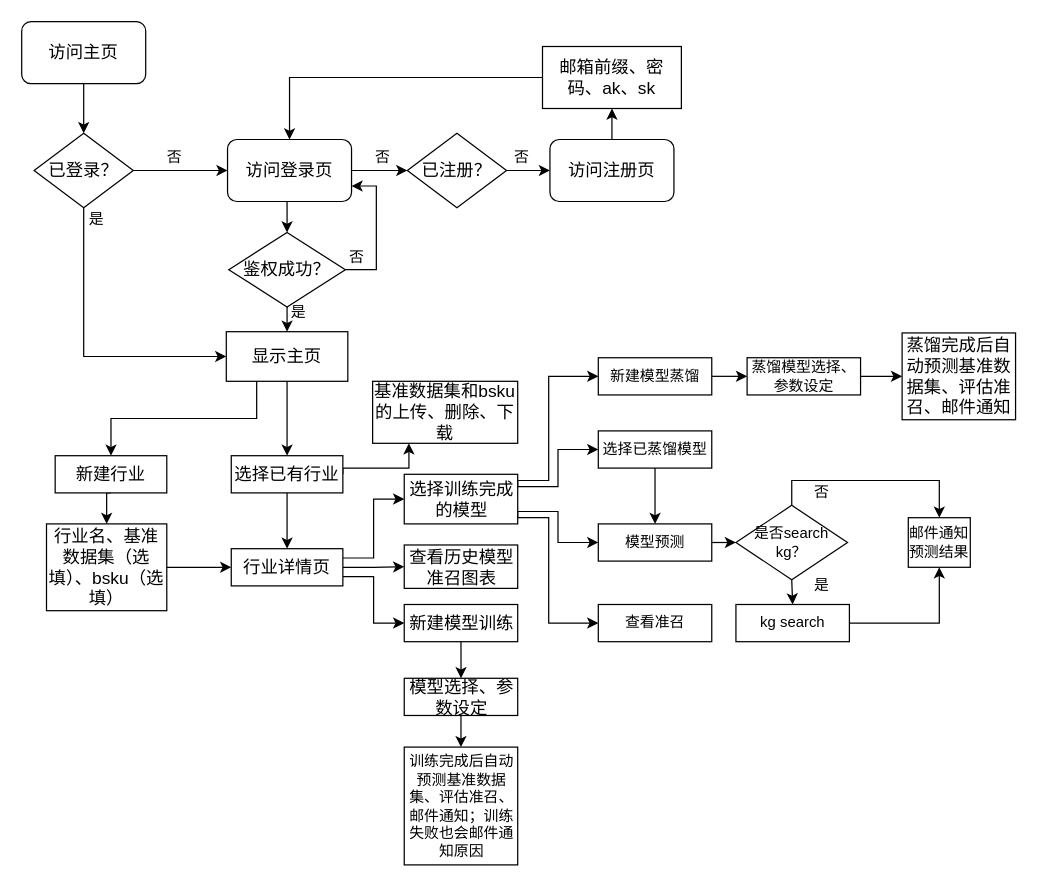
cultivater/hello-world keeps this draw.io diagram as Untitled Diagram.drawio. Above is the earlier version. Source tidied: cells renumbered, new cells numbered last; positions are measured from the earlier drawing's top-left corner, leaving out a move shared by most shapes. Both pictures are drawn from the tidied source at 124%, with x=0, y=0 at pixel (21, 21).
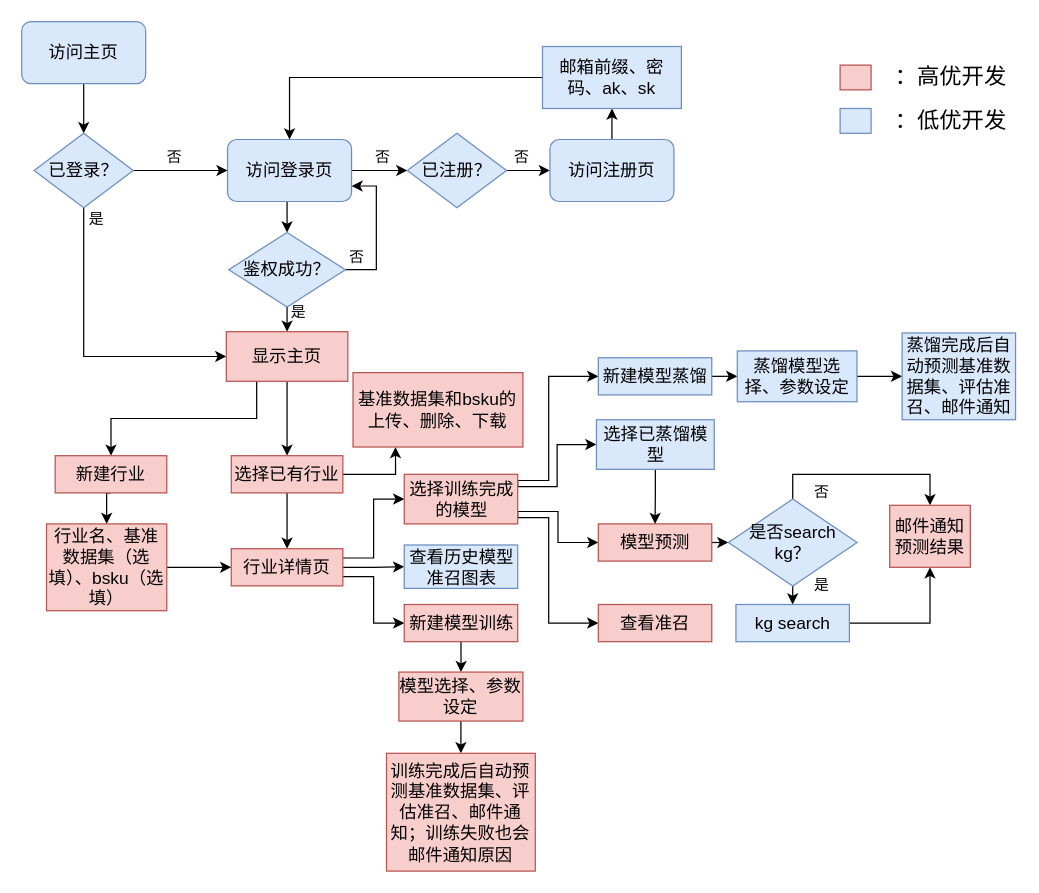
After the change.

Change to the diagram source:
```diff
@@
-    <mxCell id="3" value="&lt;font style=&quot;font-size: 14px&quot;&gt;访问主页&lt;/font&gt;" style="rounded=1;whiteSpace=wrap;html=1;" parent="1" vertex="1">
+    <mxCell id="3" value="&lt;font style=&quot;font-size: 14px&quot;&gt;访问主页&lt;/font&gt;" style="rounded=1;whiteSpace=wrap;html=1;fillColor=#dae8fc;strokeColor=#6c8ebf;" parent="1" vertex="1">
       <mxGeometry width="100" height="50" as="geometry" />
     </mxCell>
@@
-    <mxCell id="6" value="&lt;font style=&quot;font-size: 14px&quot;&gt;访问登录页&lt;/font&gt;" style="rounded=1;whiteSpace=wrap;html=1;" parent="1" vertex="1">
+    <mxCell id="6" value="&lt;font style=&quot;font-size: 14px&quot;&gt;访问登录页&lt;/font&gt;" style="rounded=1;whiteSpace=wrap;html=1;fillColor=#dae8fc;strokeColor=#6c8ebf;" parent="1" vertex="1">
       <mxGeometry x="166" y="95" width="100" height="50" as="geometry" />
     </mxCell>
@@
-    <mxCell id="9" value="&lt;font style=&quot;font-size: 14px&quot;&gt;已登录？&lt;/font&gt;" style="rhombus;whiteSpace=wrap;html=1;" parent="1" vertex="1">
+    <mxCell id="9" value="&lt;font style=&quot;font-size: 14px&quot;&gt;已登录？&lt;/font&gt;" style="rhombus;whiteSpace=wrap;html=1;fillColor=#dae8fc;strokeColor=#6c8ebf;" parent="1" vertex="1">
       <mxGeometry x="10" y="90" width="80" height="60" as="geometry" />
     </mxCell>
@@
-    <mxCell id="12" value="&lt;font style=&quot;font-size: 14px&quot;&gt;已注册？&lt;/font&gt;" style="rhombus;whiteSpace=wrap;html=1;" parent="1" vertex="1">
+    <mxCell id="12" value="&lt;font style=&quot;font-size: 14px&quot;&gt;已注册？&lt;/font&gt;" style="rhombus;whiteSpace=wrap;html=1;fillColor=#dae8fc;strokeColor=#6c8ebf;" parent="1" vertex="1">
       <mxGeometry x="311" y="90" width="80" height="60" as="geometry" />
     </mxCell>
@@
-    <mxCell id="14" value="&lt;font style=&quot;font-size: 14px&quot;&gt;访问注册页&lt;/font&gt;" style="rounded=1;whiteSpace=wrap;html=1;" parent="1" vertex="1">
+    <mxCell id="14" value="&lt;font style=&quot;font-size: 14px&quot;&gt;访问注册页&lt;/font&gt;" style="rounded=1;whiteSpace=wrap;html=1;fillColor=#dae8fc;strokeColor=#6c8ebf;" parent="1" vertex="1">
       <mxGeometry x="426" y="95" width="100" height="50" as="geometry" />
     </mxCell>
@@
-    <mxCell id="18" value="&lt;font style=&quot;font-size: 14px&quot;&gt;邮箱前缀、密码、ak、sk&lt;/font&gt;" style="rounded=0;whiteSpace=wrap;html=1;" parent="1" vertex="1">
+    <mxCell id="18" value="&lt;font style=&quot;font-size: 14px&quot;&gt;邮箱前缀、密码、ak、sk&lt;/font&gt;" style="rounded=0;whiteSpace=wrap;html=1;fillColor=#dae8fc;strokeColor=#6c8ebf;" parent="1" vertex="1">
       <mxGeometry x="420" y="20" width="112" height="50" as="geometry" />
     </mxCell>
@@
-    <mxCell id="21" value="&lt;font style=&quot;font-size: 14px&quot;&gt;鉴权成功？&lt;/font&gt;" style="rhombus;whiteSpace=wrap;html=1;" parent="1" vertex="1">
+    <mxCell id="21" value="&lt;font style=&quot;font-size: 14px&quot;&gt;鉴权成功？&lt;/font&gt;" style="rhombus;whiteSpace=wrap;html=1;fillColor=#dae8fc;strokeColor=#6c8ebf;" parent="1" vertex="1">
       <mxGeometry x="167" y="170" width="94" height="60" as="geometry" />
     </mxCell>
@@
-    <mxCell id="25" value="&lt;font style=&quot;font-size: 14px&quot;&gt;显示主页&lt;/font&gt;" style="rounded=0;whiteSpace=wrap;html=1;" parent="1" vertex="1">
+    <mxCell id="25" value="&lt;font style=&quot;font-size: 14px&quot;&gt;显示主页&lt;/font&gt;" style="rounded=0;whiteSpace=wrap;html=1;fillColor=#f8cecc;strokeColor=#b85450;" parent="1" vertex="1">
       <mxGeometry x="165" y="250" width="98" height="40" as="geometry" />
     </mxCell>
@@
-    <mxCell id="29" value="&lt;font style=&quot;font-size: 14px&quot;&gt;新建行业&lt;/font&gt;" style="rounded=0;whiteSpace=wrap;html=1;" parent="1" vertex="1">
+    <mxCell id="29" value="&lt;font style=&quot;font-size: 14px&quot;&gt;新建行业&lt;/font&gt;" style="rounded=0;whiteSpace=wrap;html=1;fillColor=#f8cecc;strokeColor=#b85450;" parent="1" vertex="1">
       <mxGeometry x="27" y="350" width="90" height="30" as="geometry" />
     </mxCell>
@@
-    <mxCell id="31" value="&lt;font style=&quot;font-size: 14px&quot;&gt;行业名、基准数据集（选填）、bsku（选填）&lt;/font&gt;" style="rounded=0;whiteSpace=wrap;html=1;" parent="1" vertex="1">
+    <mxCell id="31" value="&lt;font style=&quot;font-size: 14px&quot;&gt;行业名、基准数据集（选填）、bsku（选填）&lt;/font&gt;" style="rounded=0;whiteSpace=wrap;html=1;fillColor=#f8cecc;strokeColor=#b85450;" parent="1" vertex="1">
       <mxGeometry x="20" y="405" width="97" height="70" as="geometry" />
     </mxCell>
@@
     <mxCell id="33" style="edgeStyle=orthogonalEdgeStyle;rounded=0;jettySize=auto;html=1;exitX=1;exitY=0.5;exitDx=0;exitDy=0;entryX=0.25;entryY=1;entryDx=0;entryDy=0;" parent="1" edge="1" source="34" target="68">
-      <mxGeometry relative="1" as="geometry">
-        <Array as="points">
-          <mxPoint x="259" y="360" />
-          <mxPoint x="312" y="360" />
-        </Array>
-      </mxGeometry>
+      <mxGeometry relative="1" as="geometry" />
     </mxCell>
-    <mxCell id="34" value="&lt;font style=&quot;font-size: 14px&quot;&gt;选择已有行业&lt;/font&gt;" style="rounded=0;whiteSpace=wrap;html=1;" parent="1" vertex="1">
+    <mxCell id="34" value="&lt;font style=&quot;font-size: 14px&quot;&gt;选择已有行业&lt;/font&gt;" style="rounded=0;whiteSpace=wrap;html=1;fillColor=#f8cecc;strokeColor=#b85450;" parent="1" vertex="1">
       <mxGeometry x="169" y="350" width="90" height="30" as="geometry" />
     </mxCell>
@@
-    <mxCell id="38" value="&lt;font style=&quot;font-size: 14px&quot;&gt;行业详情页&lt;/font&gt;" style="rounded=0;whiteSpace=wrap;html=1;" parent="1" vertex="1">
+    <mxCell id="38" value="&lt;font style=&quot;font-size: 14px&quot;&gt;行业详情页&lt;/font&gt;" style="rounded=0;whiteSpace=wrap;html=1;fillColor=#f8cecc;strokeColor=#b85450;" parent="1" vertex="1">
       <mxGeometry x="169" y="425" width="90" height="30" as="geometry" />
     </mxCell>
@@
-    <mxCell id="43" value="&lt;font style=&quot;font-size: 14px&quot;&gt;选择训练完成的模型&lt;/font&gt;" style="rounded=0;whiteSpace=wrap;html=1;" parent="1" vertex="1">
+    <mxCell id="43" value="&lt;font style=&quot;font-size: 14px&quot;&gt;选择训练完成的模型&lt;/font&gt;" style="rounded=0;whiteSpace=wrap;html=1;fillColor=#f8cecc;strokeColor=#b85450;" parent="1" vertex="1">
       <mxGeometry x="308.5" y="365" width="91.5" height="40" as="geometry" />
     </mxCell>
@@
-    <mxCell id="45" value="&lt;font style=&quot;font-size: 14px&quot;&gt;新建模型训练&lt;/font&gt;" style="rounded=0;whiteSpace=wrap;html=1;" parent="1" vertex="1">
+    <mxCell id="45" value="&lt;font style=&quot;font-size: 14px&quot;&gt;新建模型训练&lt;/font&gt;" style="rounded=0;whiteSpace=wrap;html=1;fillColor=#f8cecc;strokeColor=#b85450;" parent="1" vertex="1">
       <mxGeometry x="308.5" y="470" width="91.5" height="30" as="geometry" />
     </mxCell>
@@
-    <mxCell id="47" value="&lt;font style=&quot;font-size: 14px&quot;&gt;模型选择、参数设定&lt;/font&gt;" style="rounded=0;whiteSpace=wrap;html=1;" parent="1" vertex="1">
-      <mxGeometry x="308.5" y="529.5" width="91.5" height="30" as="geometry" />
+    <mxCell id="47" value="&lt;font style=&quot;font-size: 14px&quot;&gt;模型选择、参数设定&lt;/font&gt;" style="rounded=0;whiteSpace=wrap;html=1;fillColor=#f8cecc;strokeColor=#b85450;" parent="1" vertex="1">
+      <mxGeometry x="304.2" y="524.5" width="100" height="39.5" as="geometry" />
     </mxCell>
-    <mxCell id="48" value="训练完成后自动预测基准数据集、评估准召、邮件通知；训练失败也会邮件通知原因" style="rounded=0;whiteSpace=wrap;html=1;" parent="1" vertex="1">
-      <mxGeometry x="308.5" y="585" width="91.5" height="95" as="geometry" />
+    <mxCell id="48" value="&lt;font style=&quot;font-size: 14px&quot;&gt;训练完成后自动预测基准数据集、评估准召、邮件通知；训练失败也会邮件通知原因&lt;/font&gt;" style="rounded=0;whiteSpace=wrap;html=1;fillColor=#f8cecc;strokeColor=#b85450;" parent="1" vertex="1">
+      <mxGeometry x="294.2" y="590" width="120" height="95" as="geometry" />
     </mxCell>
@@
-    <mxCell id="50" value="模型预测" style="rounded=0;whiteSpace=wrap;html=1;" parent="1" vertex="1">
+    <mxCell id="50" value="&lt;font style=&quot;font-size: 14px&quot;&gt;模型预测&lt;/font&gt;" style="rounded=0;whiteSpace=wrap;html=1;fillColor=#f8cecc;strokeColor=#b85450;" parent="1" vertex="1">
       <mxGeometry x="465" y="405" width="91.5" height="30" as="geometry" />
     </mxCell>
-    <mxCell id="51" value="&lt;font style=&quot;font-size: 14px&quot;&gt;查看历史模型准召图表&lt;/font&gt;" style="rounded=0;whiteSpace=wrap;html=1;" parent="1" vertex="1">
+    <mxCell id="51" value="&lt;font style=&quot;font-size: 14px&quot;&gt;查看历史模型准召图表&lt;/font&gt;" style="rounded=0;whiteSpace=wrap;html=1;fillColor=#dae8fc;strokeColor=#6c8ebf;" parent="1" vertex="1">
       <mxGeometry x="308.5" y="422" width="91.5" height="35" as="geometry" />
     </mxCell>
-    <mxCell id="52" value="查看准召" style="rounded=0;whiteSpace=wrap;html=1;" parent="1" vertex="1">
+    <mxCell id="52" value="&lt;font style=&quot;font-size: 14px&quot;&gt;查看准召&lt;/font&gt;" style="rounded=0;whiteSpace=wrap;html=1;fillColor=#f8cecc;strokeColor=#b85450;" parent="1" vertex="1">
       <mxGeometry x="465" y="470" width="91.5" height="30" as="geometry" />
     </mxCell>
@@
-    <mxCell id="54" value="新建模型蒸馏" style="rounded=0;whiteSpace=wrap;html=1;" parent="1" vertex="1">
+    <mxCell id="54" value="&lt;font style=&quot;font-size: 14px&quot;&gt;新建模型蒸馏&lt;/font&gt;" style="rounded=0;whiteSpace=wrap;html=1;fillColor=#dae8fc;strokeColor=#6c8ebf;" parent="1" vertex="1">
       <mxGeometry x="465" y="271" width="91.5" height="30" as="geometry" />
     </mxCell>
@@
-    <mxCell id="57" value="是否search kg？" style="rhombus;whiteSpace=wrap;html=1;" parent="1" vertex="1">
-      <mxGeometry x="576" y="390" width="90" height="60" as="geometry" />
+    <mxCell id="57" value="&lt;font style=&quot;font-size: 14px&quot;&gt;是否search kg？&lt;/font&gt;" style="rhombus;whiteSpace=wrap;html=1;fillColor=#dae8fc;strokeColor=#6c8ebf;" parent="1" vertex="1">
+      <mxGeometry x="569.9" y="385" width="103.8" height="70" as="geometry" />
     </mxCell>
@@
-    <mxCell id="59" value="蒸馏模型选择、参数设定" style="rounded=0;whiteSpace=wrap;html=1;" parent="1" vertex="1">
-      <mxGeometry x="585" y="271" width="91.5" height="30" as="geometry" />
+    <mxCell id="59" value="&lt;font style=&quot;font-size: 14px&quot;&gt;蒸馏模型选择、参数设定&lt;/font&gt;" style="rounded=0;whiteSpace=wrap;html=1;fillColor=#dae8fc;strokeColor=#6c8ebf;" parent="1" vertex="1">
+      <mxGeometry x="577.1" y="265.5" width="96.5" height="41" as="geometry" />
     </mxCell>
-    <mxCell id="60" value="&lt;font style=&quot;font-size: 14px&quot;&gt;蒸馏完成后自动预测基准数据集、评估准召、邮件通知&lt;/font&gt;" style="rounded=0;whiteSpace=wrap;html=1;" parent="1" vertex="1">
+    <mxCell id="60" value="&lt;font style=&quot;font-size: 14px&quot;&gt;蒸馏完成后自动预测基准数据集、评估准召、邮件通知&lt;/font&gt;" style="rounded=0;whiteSpace=wrap;html=1;fillColor=#dae8fc;strokeColor=#6c8ebf;" parent="1" vertex="1">
       <mxGeometry x="710" y="251" width="91.5" height="70" as="geometry" />
     </mxCell>
@@
-    <mxCell id="62" value="选择已蒸馏模型" style="rounded=0;whiteSpace=wrap;html=1;" parent="1" vertex="1">
-      <mxGeometry x="465" y="330" width="91.5" height="30" as="geometry" />
+    <mxCell id="62" value="&lt;font style=&quot;font-size: 14px&quot;&gt;选择已蒸馏模型&lt;/font&gt;" style="rounded=0;whiteSpace=wrap;html=1;fillColor=#dae8fc;strokeColor=#6c8ebf;" parent="1" vertex="1">
+      <mxGeometry x="463.5" y="321" width="95" height="40" as="geometry" />
     </mxCell>
@@
-    <mxCell id="64" value="kg search" style="rounded=0;whiteSpace=wrap;html=1;" parent="1" vertex="1">
+    <mxCell id="64" value="&lt;font style=&quot;font-size: 14px&quot;&gt;kg search&lt;/font&gt;" style="rounded=0;whiteSpace=wrap;html=1;fillColor=#dae8fc;strokeColor=#6c8ebf;" parent="1" vertex="1">
       <mxGeometry x="576" y="470" width="91.5" height="30" as="geometry" />
     </mxCell>
-    <mxCell id="65" value="邮件通知预测结果" style="rounded=0;whiteSpace=wrap;html=1;" parent="1" vertex="1">
-      <mxGeometry x="715" y="400" width="50" height="40" as="geometry" />
+    <mxCell id="65" value="&lt;font style=&quot;font-size: 14px&quot;&gt;邮件通知预测结果&lt;/font&gt;" style="rounded=0;whiteSpace=wrap;html=1;fillColor=#f8cecc;strokeColor=#b85450;" parent="1" vertex="1">
+      <mxGeometry x="700" y="390" width="65" height="50" as="geometry" />
     </mxCell>
@@
-    <mxCell id="68" value="&lt;font style=&quot;font-size: 14px&quot;&gt;基准数据集和bsku的上传、删除、下载&lt;/font&gt;" style="rounded=0;whiteSpace=wrap;html=1;" parent="1" vertex="1">
-      <mxGeometry x="283" y="290" width="117" height="50" as="geometry" />
+    <mxCell id="68" value="&lt;font style=&quot;font-size: 14px&quot;&gt;基准数据集和bsku的上传、删除、下载&lt;/font&gt;" style="rounded=0;whiteSpace=wrap;html=1;fillColor=#f8cecc;strokeColor=#b85450;" parent="1" vertex="1">
+      <mxGeometry x="267.2" y="283" width="137" height="60" as="geometry" />
     </mxCell>
+    <mxCell id="69" style="rounded=0;whiteSpace=wrap;html=1;fillColor=#f8cecc;strokeColor=#b85450;" parent="1" vertex="1">
+      <mxGeometry x="660" y="35" width="25" height="20" as="geometry" />
+    </mxCell>
+    <mxCell id="70" value="&lt;font style=&quot;font-size: 18px&quot;&gt;：高优开发&lt;/font&gt;" style="text;html=1;align=center;verticalAlign=middle;" parent="1" vertex="1">
+      <mxGeometry x="693.5" y="35" width="110" height="20" as="geometry" />
+    </mxCell>
+    <mxCell id="71" style="rounded=0;whiteSpace=wrap;html=1;fillColor=#dae8fc;strokeColor=#6c8ebf;" parent="1" vertex="1">
+      <mxGeometry x="660" y="70" width="25" height="20" as="geometry" />
+    </mxCell>
+    <mxCell id="72" value="&lt;font style=&quot;font-size: 18px&quot;&gt;：低优开发&lt;/font&gt;" style="text;html=1;align=center;verticalAlign=middle;" parent="1" vertex="1">
+      <mxGeometry x="693.5" y="70" width="110" height="20" as="geometry" />
+    </mxCell>
```
